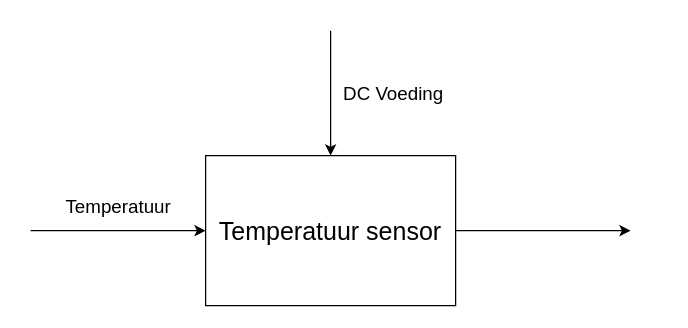
This is Sensors/Temperatuur/Drawio/Systeem_niveau_Systeemontwerp_temperatuur_sensor.drawio from Niek8888/Systeemontwerp, a draw.io file, before an edit. Source tidied: cells renumbered, new cells numbered last; positions are measured from the earlier drawing's top-left corner, leaving out a move shared by most shapes. Both pictures are drawn from the tidied source at 125%, with x=0, y=0 at pixel (30, 30).
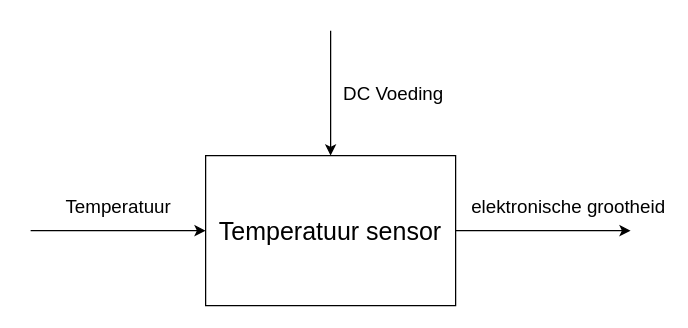
The same page after the edit.

Diff of the diagram source:
```diff
@@
 <mxGraphModel>
   <root>
     <mxCell id="0" />
     <mxCell id="1" parent="0" />
-    <mxCell id="2" style="edgeStyle=orthogonalEdgeStyle;rounded=0;jettySize=auto;html=1;fontSize=15;" parent="1" edge="1" source="3">
-      <mxGeometry y="20" relative="1" as="geometry">
+    <mxCell id="2" value="elektronische grootheid" style="edgeStyle=orthogonalEdgeStyle;rounded=0;jettySize=auto;html=1;fontSize=15;" parent="1" edge="1" source="3">
+      <mxGeometry x="0.29" y="20" relative="1" as="geometry">
         <mxPoint x="480" y="160" as="targetPoint" />
       </mxGeometry>
     </mxCell>
     <mxCell id="3" value="Temperatuur sensor" style="rounded=0;whiteSpace=wrap;html=1;fontSize=20;" parent="1" vertex="1">
       <mxGeometry x="140" y="100" width="200" height="120" as="geometry" />
     </mxCell>
     <mxCell id="4" value="Temperatuur" style="endArrow=classic;html=1;rounded=0;fontSize=15;entryX=0;entryY=0.5;entryDx=0;entryDy=0;" parent="1" edge="1" target="3">
       <mxGeometry y="20" relative="1" as="geometry">
         <mxPoint y="160" as="sourcePoint" />
       </mxGeometry>
     </mxCell>
     <mxCell id="5" value="DC Voeding" style="endArrow=classic;html=1;rounded=0;fontSize=15;entryX=0.5;entryY=0;entryDx=0;entryDy=0;" parent="1" edge="1" target="3">
       <mxGeometry y="50" relative="1" as="geometry">
         <mxPoint x="240" as="sourcePoint" />
       </mxGeometry>
     </mxCell>
   </root>
 </mxGraphModel>
```
